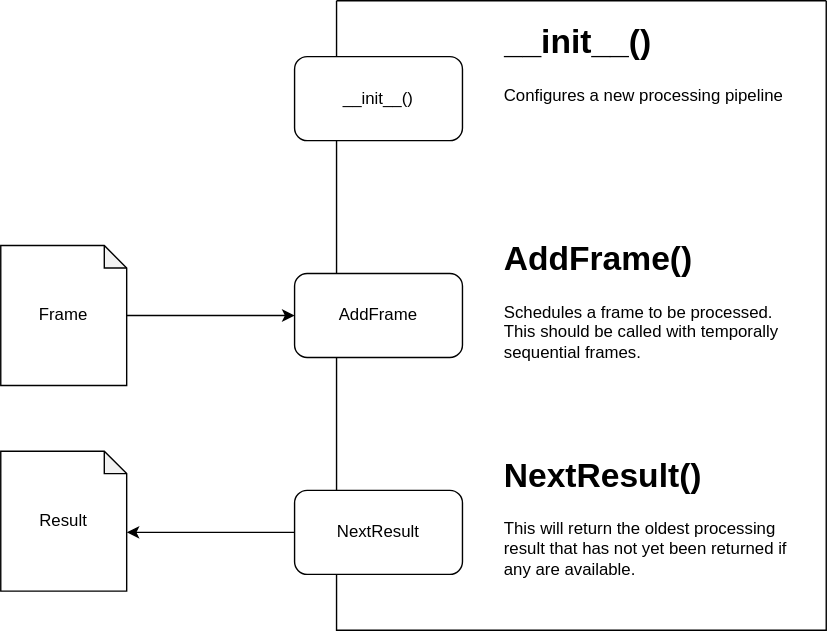
Before: docs/api.drawio.svg, a diagram exported from draw.io (emlyons/mcf). Source tidied: cells renumbered, new cells last; positions are measured from the earlier drawing's top-left corner, leaving out a move shared by most shapes.
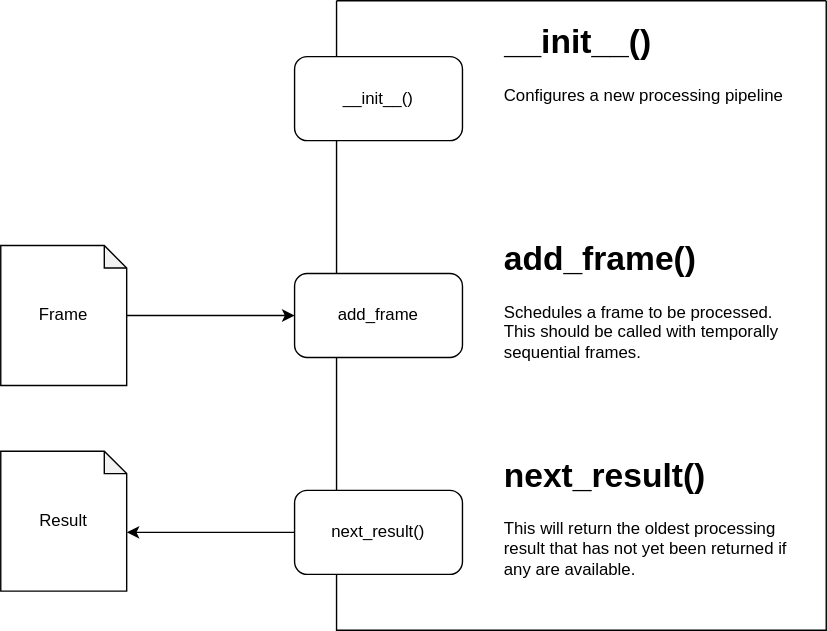
Above is the later version.

What changed in the source:
```diff
@@ -5,22 +5,22 @@
     <mxCell id="2" style="swimlane;startSize=0;" parent="1" vertex="1">
       <mxGeometry x="240" width="350" height="450" as="geometry" />
     </mxCell>
-    <mxCell id="3" value="AddFrame" style="rounded=1;whiteSpace=wrap;html=1;" parent="2" vertex="1">
+    <mxCell id="3" value="add_frame" style="rounded=1;whiteSpace=wrap;html=1;" parent="2" vertex="1">
       <mxGeometry x="-30" y="195" width="120" height="60" as="geometry" />
     </mxCell>
     <mxCell id="4" value="__init__()" style="rounded=1;whiteSpace=wrap;html=1;" parent="2" vertex="1">
       <mxGeometry x="-30" y="40" width="120" height="60" as="geometry" />
     </mxCell>
-    <mxCell id="5" value="NextResult" style="rounded=1;whiteSpace=wrap;html=1;" parent="2" vertex="1">
+    <mxCell id="5" value="next_result()" style="rounded=1;whiteSpace=wrap;html=1;" parent="2" vertex="1">
       <mxGeometry x="-30" y="350" width="120" height="60" as="geometry" />
     </mxCell>
     <mxCell id="6" value="&lt;h1&gt;__init__()&lt;/h1&gt;&lt;p&gt;Configures a new processing pipeline&lt;/p&gt;" style="text;html=1;strokeColor=none;fillColor=none;spacing=5;spacingTop=-20;whiteSpace=wrap;overflow=hidden;rounded=0;" parent="2" vertex="1">
       <mxGeometry x="115" y="10" width="225" height="120" as="geometry" />
     </mxCell>
-    <mxCell id="7" value="&lt;h1&gt;AddFrame()&lt;/h1&gt;&lt;p&gt;Schedules a frame to be processed. This should be called with temporally sequential frames.&lt;/p&gt;" style="text;html=1;strokeColor=none;fillColor=none;spacing=5;spacingTop=-20;whiteSpace=wrap;overflow=hidden;rounded=0;" parent="2" vertex="1">
+    <mxCell id="7" value="&lt;h1&gt;add_frame()&lt;/h1&gt;&lt;p&gt;Schedules a frame to be processed. This should be called with temporally sequential frames.&lt;/p&gt;" style="text;html=1;strokeColor=none;fillColor=none;spacing=5;spacingTop=-20;whiteSpace=wrap;overflow=hidden;rounded=0;" parent="2" vertex="1">
       <mxGeometry x="115" y="165" width="225" height="120" as="geometry" />
     </mxCell>
-    <mxCell id="8" value="&lt;h1&gt;NextResult()&lt;/h1&gt;&lt;p&gt;This will return the oldest processing result that has not yet been returned if any are available.&lt;/p&gt;" style="text;html=1;strokeColor=none;fillColor=none;spacing=5;spacingTop=-20;whiteSpace=wrap;overflow=hidden;rounded=0;" parent="2" vertex="1">
+    <mxCell id="8" value="&lt;h1&gt;next_result()&lt;/h1&gt;&lt;p&gt;This will return the oldest processing result that has not yet been returned if any are available.&lt;/p&gt;" style="text;html=1;strokeColor=none;fillColor=none;spacing=5;spacingTop=-20;whiteSpace=wrap;overflow=hidden;rounded=0;" parent="2" vertex="1">
       <mxGeometry x="115" y="320" width="225" height="120" as="geometry" />
     </mxCell>
     <mxCell id="9" style="edgeStyle=none;html=1;" parent="1" edge="1" source="10" target="3">
```
